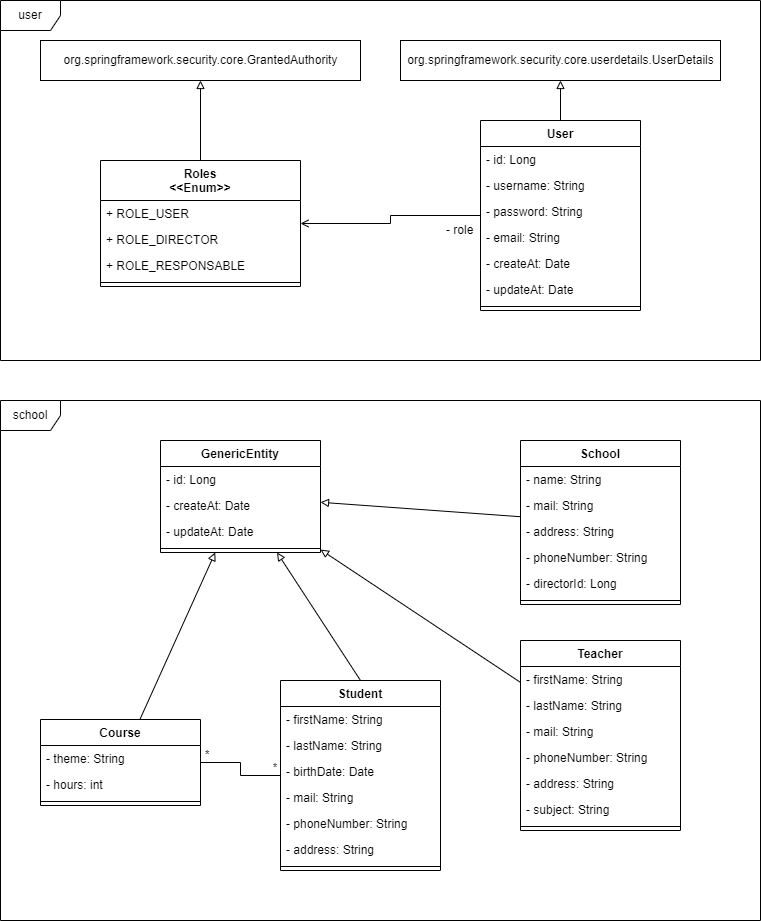
Earlier version of the draw.io export diagrams/SchoolDiagram-Class diagram.drawio.png (MaximeDzN/partielFinal). Source tidied: cells renumbered, new cells last; positions are measured from the earlier drawing's top-left corner, leaving out a move shared by most shapes.
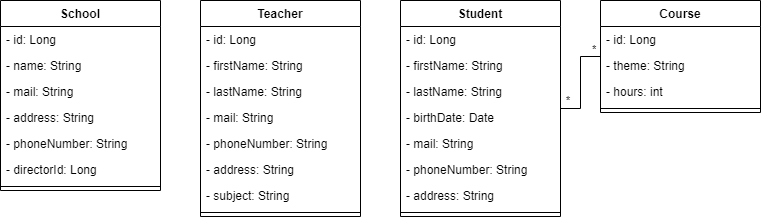
After the change.

The edit, as a diff of the source:
```diff
@@ -2,185 +2,111 @@
   <root>
     <mxCell id="0" />
     <mxCell id="1" parent="0" />
-    <mxCell id="2" style="edgeStyle=none;rounded=0;jettySize=auto;html=1;endArrow=block;endFill=0;" parent="1" edge="1" source="3" target="43">
-      <mxGeometry relative="1" as="geometry" />
-    </mxCell>
     <mxCell id="3" value="Course" style="swimlane;fontStyle=1;align=center;verticalAlign=top;horizontal=1;startSize=26;" parent="1" vertex="1">
-      <mxGeometry x="40" y="719" width="160" height="86" as="geometry" />
+      <mxGeometry x="600" width="160" height="112" as="geometry" />
     </mxCell>
+    <mxCell id="62" value="- id: Long" style="text;strokeColor=none;fillColor=none;align=left;verticalAlign=top;spacingLeft=4;spacingRight=4;overflow=hidden;" parent="3" vertex="1">
+      <mxGeometry y="26" width="160" height="26" as="geometry" />
+    </mxCell>
     <mxCell id="4" value="- theme: String" style="text;strokeColor=none;fillColor=none;align=left;verticalAlign=top;spacingLeft=4;spacingRight=4;overflow=hidden;" parent="3" vertex="1">
-      <mxGeometry y="26" width="160" height="26" as="geometry" />
+      <mxGeometry y="52" width="160" height="26" as="geometry" />
     </mxCell>
     <mxCell id="5" value="- hours: int" style="text;strokeColor=none;fillColor=none;align=left;verticalAlign=top;spacingLeft=4;spacingRight=4;overflow=hidden;" parent="3" vertex="1">
-      <mxGeometry y="52" width="160" height="26" as="geometry" />
+      <mxGeometry y="78" width="160" height="26" as="geometry" />
     </mxCell>
     <mxCell id="6" style="line;strokeWidth=1;fillColor=none;align=left;verticalAlign=middle;spacingTop=-1;spacingLeft=3;spacingRight=3;labelPosition=right;" parent="3" vertex="1">
-      <mxGeometry y="78" width="160" height="8" as="geometry" />
+      <mxGeometry y="104" width="160" height="8" as="geometry" />
     </mxCell>
-    <mxCell id="7" style="edgeStyle=none;rounded=0;jettySize=auto;html=1;endArrow=block;endFill=0;" parent="1" edge="1" source="8" target="43">
-      <mxGeometry relative="1" as="geometry" />
-    </mxCell>
     <mxCell id="8" value="School" style="swimlane;fontStyle=1;align=center;verticalAlign=top;horizontal=1;startSize=26;" parent="1" vertex="1">
-      <mxGeometry x="520" y="440" width="160" height="164" as="geometry" />
+      <mxGeometry width="160" height="190" as="geometry" />
     </mxCell>
+    <mxCell id="63" value="- id: Long" style="text;strokeColor=none;fillColor=none;align=left;verticalAlign=top;spacingLeft=4;spacingRight=4;overflow=hidden;" parent="8" vertex="1">
+      <mxGeometry y="26" width="160" height="26" as="geometry" />
+    </mxCell>
     <mxCell id="9" value="- name: String" style="text;strokeColor=none;fillColor=none;align=left;verticalAlign=top;spacingLeft=4;spacingRight=4;overflow=hidden;" parent="8" vertex="1">
-      <mxGeometry y="26" width="160" height="26" as="geometry" />
+      <mxGeometry y="52" width="160" height="26" as="geometry" />
     </mxCell>
     <mxCell id="10" value="- mail: String" style="text;strokeColor=none;fillColor=none;align=left;verticalAlign=top;spacingLeft=4;spacingRight=4;overflow=hidden;" parent="8" vertex="1">
-      <mxGeometry y="52" width="160" height="26" as="geometry" />
+      <mxGeometry y="78" width="160" height="26" as="geometry" />
     </mxCell>
     <mxCell id="11" value="- address: String" style="text;strokeColor=none;fillColor=none;align=left;verticalAlign=top;spacingLeft=4;spacingRight=4;overflow=hidden;" parent="8" vertex="1">
-      <mxGeometry y="78" width="160" height="26" as="geometry" />
+      <mxGeometry y="104" width="160" height="26" as="geometry" />
     </mxCell>
     <mxCell id="12" value="- phoneNumber: String" style="text;strokeColor=none;fillColor=none;align=left;verticalAlign=top;spacingLeft=4;spacingRight=4;overflow=hidden;" parent="8" vertex="1">
-      <mxGeometry y="104" width="160" height="26" as="geometry" />
+      <mxGeometry y="130" width="160" height="26" as="geometry" />
     </mxCell>
     <mxCell id="13" value="- directorId: Long" style="text;strokeColor=none;fillColor=none;align=left;verticalAlign=top;spacingLeft=4;spacingRight=4;overflow=hidden;" parent="8" vertex="1">
-      <mxGeometry y="130" width="160" height="26" as="geometry" />
+      <mxGeometry y="156" width="160" height="26" as="geometry" />
     </mxCell>
     <mxCell id="14" style="line;strokeWidth=1;fillColor=none;align=left;verticalAlign=middle;spacingTop=-1;spacingLeft=3;spacingRight=3;labelPosition=right;" parent="8" vertex="1">
-      <mxGeometry y="156" width="160" height="8" as="geometry" />
+      <mxGeometry y="182" width="160" height="8" as="geometry" />
     </mxCell>
-    <mxCell id="15" style="edgeStyle=orthogonalEdgeStyle;rounded=0;jettySize=auto;html=1;endArrow=open;endFill=0;" parent="1" edge="1" source="17" target="26">
-      <mxGeometry relative="1" as="geometry" />
-    </mxCell>
-    <mxCell id="16" style="edgeStyle=none;rounded=0;jettySize=auto;html=1;exitX=0.5;exitY=0;exitDx=0;exitDy=0;entryX=0.5;entryY=1;entryDx=0;entryDy=0;endArrow=block;endFill=0;" parent="1" edge="1" source="17" target="42">
-      <mxGeometry relative="1" as="geometry" />
-    </mxCell>
-    <mxCell id="17" value="User" style="swimlane;fontStyle=1;align=center;verticalAlign=top;horizontal=1;startSize=26;" parent="1" vertex="1">
-      <mxGeometry x="480" y="120" width="160" height="190" as="geometry" />
-    </mxCell>
-    <mxCell id="18" value="- id: Long" style="text;strokeColor=none;fillColor=none;align=left;verticalAlign=top;spacingLeft=4;spacingRight=4;overflow=hidden;" parent="17" vertex="1">
-      <mxGeometry y="26" width="160" height="26" as="geometry" />
-    </mxCell>
-    <mxCell id="19" value="- username: String" style="text;strokeColor=none;fillColor=none;align=left;verticalAlign=top;spacingLeft=4;spacingRight=4;overflow=hidden;" parent="17" vertex="1">
-      <mxGeometry y="52" width="160" height="26" as="geometry" />
-    </mxCell>
-    <mxCell id="20" value="- password: String" style="text;strokeColor=none;fillColor=none;align=left;verticalAlign=top;spacingLeft=4;spacingRight=4;overflow=hidden;" parent="17" vertex="1">
-      <mxGeometry y="78" width="160" height="26" as="geometry" />
-    </mxCell>
-    <mxCell id="21" value="- email: String" style="text;strokeColor=none;fillColor=none;align=left;verticalAlign=top;spacingLeft=4;spacingRight=4;overflow=hidden;" parent="17" vertex="1">
-      <mxGeometry y="104" width="160" height="26" as="geometry" />
-    </mxCell>
-    <mxCell id="22" value="- createAt: Date" style="text;strokeColor=none;fillColor=none;align=left;verticalAlign=top;spacingLeft=4;spacingRight=4;overflow=hidden;" parent="17" vertex="1">
-      <mxGeometry y="130" width="160" height="26" as="geometry" />
-    </mxCell>
-    <mxCell id="23" value="- updateAt: Date" style="text;strokeColor=none;fillColor=none;align=left;verticalAlign=top;spacingLeft=4;spacingRight=4;overflow=hidden;" parent="17" vertex="1">
-      <mxGeometry y="156" width="160" height="26" as="geometry" />
-    </mxCell>
-    <mxCell id="24" style="line;strokeWidth=1;fillColor=none;align=left;verticalAlign=middle;spacingTop=-1;spacingLeft=3;spacingRight=3;labelPosition=right;" parent="17" vertex="1">
-      <mxGeometry y="182" width="160" height="8" as="geometry" />
-    </mxCell>
-    <mxCell id="25" style="edgeStyle=none;rounded=0;jettySize=auto;html=1;exitX=0.5;exitY=0;exitDx=0;exitDy=0;entryX=0.5;entryY=1;entryDx=0;entryDy=0;endArrow=block;endFill=0;" parent="1" edge="1" source="26" target="41">
-      <mxGeometry relative="1" as="geometry" />
-    </mxCell>
-    <mxCell id="26" value="Roles&#10;&lt;&lt;Enum&gt;&gt;" style="swimlane;fontStyle=1;align=center;verticalAlign=top;horizontal=1;startSize=40;" parent="1" vertex="1">
-      <mxGeometry x="100" y="160" width="200" height="126" as="geometry" />
-    </mxCell>
-    <mxCell id="27" value="+ ROLE_USER" style="text;strokeColor=none;fillColor=none;align=left;verticalAlign=top;spacingLeft=4;spacingRight=4;overflow=hidden;" parent="26" vertex="1">
-      <mxGeometry y="40" width="200" height="26" as="geometry" />
-    </mxCell>
-    <mxCell id="28" value="+ ROLE_DIRECTOR" style="text;strokeColor=none;fillColor=none;align=left;verticalAlign=top;spacingLeft=4;spacingRight=4;overflow=hidden;" parent="26" vertex="1">
-      <mxGeometry y="66" width="200" height="26" as="geometry" />
-    </mxCell>
-    <mxCell id="29" value="+ ROLE_RESPONSABLE" style="text;strokeColor=none;fillColor=none;align=left;verticalAlign=top;spacingLeft=4;spacingRight=4;overflow=hidden;" parent="26" vertex="1">
-      <mxGeometry y="92" width="200" height="26" as="geometry" />
-    </mxCell>
-    <mxCell id="30" style="line;strokeWidth=1;fillColor=none;align=left;verticalAlign=middle;spacingTop=-1;spacingLeft=3;spacingRight=3;labelPosition=right;" parent="26" vertex="1">
-      <mxGeometry y="118" width="200" height="8" as="geometry" />
-    </mxCell>
-    <mxCell id="31" value="- role" style="text;strokeColor=none;fillColor=none;align=left;verticalAlign=top;spacingLeft=4;spacingRight=4;overflow=hidden;" parent="1" vertex="1">
-      <mxGeometry x="440" y="216" width="40" height="26" as="geometry" />
-    </mxCell>
-    <mxCell id="32" style="edgeStyle=none;rounded=0;jettySize=auto;html=1;exitX=0.5;exitY=0;exitDx=0;exitDy=0;endArrow=block;endFill=0;" parent="1" edge="1" source="33" target="43">
-      <mxGeometry relative="1" as="geometry" />
-    </mxCell>
     <mxCell id="33" value="Student" style="swimlane;fontStyle=1;align=center;verticalAlign=top;horizontal=1;startSize=26;" parent="1" vertex="1">
-      <mxGeometry x="280" y="680" width="160" height="190" as="geometry" />
+      <mxGeometry x="400" width="160" height="216" as="geometry" />
     </mxCell>
+    <mxCell id="64" value="- id: Long" style="text;strokeColor=none;fillColor=none;align=left;verticalAlign=top;spacingLeft=4;spacingRight=4;overflow=hidden;" parent="33" vertex="1">
+      <mxGeometry y="26" width="160" height="26" as="geometry" />
+    </mxCell>
     <mxCell id="34" value="- firstName: String" style="text;strokeColor=none;fillColor=none;align=left;verticalAlign=top;spacingLeft=4;spacingRight=4;overflow=hidden;" parent="33" vertex="1">
-      <mxGeometry y="26" width="160" height="26" as="geometry" />
+      <mxGeometry y="52" width="160" height="26" as="geometry" />
     </mxCell>
     <mxCell id="35" value="- lastName: String" style="text;strokeColor=none;fillColor=none;align=left;verticalAlign=top;spacingLeft=4;spacingRight=4;overflow=hidden;" parent="33" vertex="1">
-      <mxGeometry y="52" width="160" height="26" as="geometry" />
+      <mxGeometry y="78" width="160" height="26" as="geometry" />
     </mxCell>
     <mxCell id="36" value="- birthDate: Date" style="text;strokeColor=none;fillColor=none;align=left;verticalAlign=top;spacingLeft=4;spacingRight=4;overflow=hidden;" parent="33" vertex="1">
-      <mxGeometry y="78" width="160" height="26" as="geometry" />
+      <mxGeometry y="104" width="160" height="26" as="geometry" />
     </mxCell>
     <mxCell id="37" value="- mail: String" style="text;strokeColor=none;fillColor=none;align=left;verticalAlign=top;spacingLeft=4;spacingRight=4;overflow=hidden;" parent="33" vertex="1">
-      <mxGeometry y="104" width="160" height="26" as="geometry" />
+      <mxGeometry y="130" width="160" height="26" as="geometry" />
     </mxCell>
     <mxCell id="38" value="- phoneNumber: String" style="text;strokeColor=none;fillColor=none;align=left;verticalAlign=top;spacingLeft=4;spacingRight=4;overflow=hidden;" parent="33" vertex="1">
-      <mxGeometry y="130" width="160" height="26" as="geometry" />
+      <mxGeometry y="156" width="160" height="26" as="geometry" />
     </mxCell>
     <mxCell id="39" value="- address: String" style="text;strokeColor=none;fillColor=none;align=left;verticalAlign=top;spacingLeft=4;spacingRight=4;overflow=hidden;" parent="33" vertex="1">
-      <mxGeometry y="156" width="160" height="26" as="geometry" />
+      <mxGeometry y="182" width="160" height="26" as="geometry" />
     </mxCell>
     <mxCell id="40" style="line;strokeWidth=1;fillColor=none;align=left;verticalAlign=middle;spacingTop=-1;spacingLeft=3;spacingRight=3;labelPosition=right;" parent="33" vertex="1">
-      <mxGeometry y="182" width="160" height="8" as="geometry" />
+      <mxGeometry y="208" width="160" height="8" as="geometry" />
     </mxCell>
-    <mxCell id="41" value="org.springframework.security.core.GrantedAuthority" style="html=1;" parent="1" vertex="1">
-      <mxGeometry x="40" y="40" width="320" height="40" as="geometry" />
-    </mxCell>
-    <mxCell id="42" value="org.springframework.security.core.userdetails.UserDetails" style="html=1;" parent="1" vertex="1">
-      <mxGeometry x="400" y="40" width="320" height="40" as="geometry" />
-    </mxCell>
-    <mxCell id="43" value="GenericEntity" style="swimlane;fontStyle=1;align=center;verticalAlign=top;horizontal=1;startSize=26;" parent="1" vertex="1">
-      <mxGeometry x="160" y="440" width="160" height="112" as="geometry" />
-    </mxCell>
-    <mxCell id="44" value="- id: Long" style="text;strokeColor=none;fillColor=none;align=left;verticalAlign=top;spacingLeft=4;spacingRight=4;overflow=hidden;" parent="43" vertex="1">
-      <mxGeometry y="26" width="160" height="26" as="geometry" />
-    </mxCell>
-    <mxCell id="45" value="- createAt: Date" style="text;strokeColor=none;fillColor=none;align=left;verticalAlign=top;spacingLeft=4;spacingRight=4;overflow=hidden;" parent="43" vertex="1">
-      <mxGeometry y="52" width="160" height="26" as="geometry" />
-    </mxCell>
-    <mxCell id="46" value="- updateAt: Date" style="text;strokeColor=none;fillColor=none;align=left;verticalAlign=top;spacingLeft=4;spacingRight=4;overflow=hidden;" parent="43" vertex="1">
-      <mxGeometry y="78" width="160" height="26" as="geometry" />
-    </mxCell>
-    <mxCell id="47" style="line;strokeWidth=1;fillColor=none;align=left;verticalAlign=middle;spacingTop=-1;spacingLeft=3;spacingRight=3;labelPosition=right;" parent="43" vertex="1">
-      <mxGeometry y="104" width="160" height="8" as="geometry" />
-    </mxCell>
-    <mxCell id="48" style="edgeStyle=none;rounded=0;jettySize=auto;html=1;endArrow=block;endFill=0;" parent="1" edge="1" source="49" target="43">
-      <mxGeometry relative="1" as="geometry" />
-    </mxCell>
     <mxCell id="49" value="Teacher" style="swimlane;fontStyle=1;align=center;verticalAlign=top;horizontal=1;startSize=26;" parent="1" vertex="1">
-      <mxGeometry x="520" y="640" width="160" height="190" as="geometry" />
+      <mxGeometry x="200" width="160" height="216" as="geometry" />
     </mxCell>
+    <mxCell id="65" value="- id: Long" style="text;strokeColor=none;fillColor=none;align=left;verticalAlign=top;spacingLeft=4;spacingRight=4;overflow=hidden;" parent="49" vertex="1">
+      <mxGeometry y="26" width="160" height="26" as="geometry" />
+    </mxCell>
     <mxCell id="50" value="- firstName: String" style="text;strokeColor=none;fillColor=none;align=left;verticalAlign=top;spacingLeft=4;spacingRight=4;overflow=hidden;" parent="49" vertex="1">
-      <mxGeometry y="26" width="160" height="26" as="geometry" />
+      <mxGeometry y="52" width="160" height="26" as="geometry" />
     </mxCell>
     <mxCell id="51" value="- lastName: String" style="text;strokeColor=none;fillColor=none;align=left;verticalAlign=top;spacingLeft=4;spacingRight=4;overflow=hidden;" parent="49" vertex="1">
-      <mxGeometry y="52" width="160" height="26" as="geometry" />
+      <mxGeometry y="78" width="160" height="26" as="geometry" />
     </mxCell>
     <mxCell id="52" value="- mail: String" style="text;strokeColor=none;fillColor=none;align=left;verticalAlign=top;spacingLeft=4;spacingRight=4;overflow=hidden;" parent="49" vertex="1">
-      <mxGeometry y="78" width="160" height="26" as="geometry" />
+      <mxGeometry y="104" width="160" height="26" as="geometry" />
     </mxCell>
     <mxCell id="53" value="- phoneNumber: String" style="text;strokeColor=none;fillColor=none;align=left;verticalAlign=top;spacingLeft=4;spacingRight=4;overflow=hidden;" parent="49" vertex="1">
-      <mxGeometry y="104" width="160" height="26" as="geometry" />
+      <mxGeometry y="130" width="160" height="26" as="geometry" />
     </mxCell>
     <mxCell id="54" value="- address: String" style="text;strokeColor=none;fillColor=none;align=left;verticalAlign=top;spacingLeft=4;spacingRight=4;overflow=hidden;" parent="49" vertex="1">
-      <mxGeometry y="130" width="160" height="26" as="geometry" />
+      <mxGeometry y="156" width="160" height="26" as="geometry" />
     </mxCell>
     <mxCell id="55" value="- subject: String" style="text;strokeColor=none;fillColor=none;align=left;verticalAlign=top;spacingLeft=4;spacingRight=4;overflow=hidden;" parent="49" vertex="1">
-      <mxGeometry y="156" width="160" height="26" as="geometry" />
+      <mxGeometry y="182" width="160" height="26" as="geometry" />
     </mxCell>
     <mxCell id="56" style="line;strokeWidth=1;fillColor=none;align=left;verticalAlign=middle;spacingTop=-1;spacingLeft=3;spacingRight=3;labelPosition=right;" parent="49" vertex="1">
-      <mxGeometry y="182" width="160" height="8" as="geometry" />
+      <mxGeometry y="208" width="160" height="8" as="geometry" />
     </mxCell>
     <mxCell id="57" style="endArrow=none;html=1;edgeStyle=orthogonalEdgeStyle;rounded=0;" parent="1" edge="1" source="3" target="33">
       <mxGeometry relative="1" as="geometry" />
     </mxCell>
-    <mxCell id="58" value="&amp;nbsp;*" style="edgeLabel;html=1;align=left;verticalAlign=bottom;" parent="57" vertex="1">
-      <mxGeometry x="-1" relative="1" as="geometry" />
+    <mxCell id="58" value="*" style="edgeLabel;html=1;align=left;verticalAlign=bottom;" parent="57" vertex="1">
+      <mxGeometry x="-1" relative="1" as="geometry">
+        <mxPoint x="-10" y="1" as="offset" />
+      </mxGeometry>
     </mxCell>
-    <mxCell id="59" value="*&amp;nbsp;" style="edgeLabel;html=1;align=right;verticalAlign=bottom;" parent="57" vertex="1">
-      <mxGeometry x="1" relative="1" as="geometry" />
+    <mxCell id="59" value="*" style="edgeLabel;html=1;align=right;verticalAlign=bottom;" parent="57" vertex="1">
+      <mxGeometry x="1" relative="1" as="geometry">
+        <mxPoint x="10" as="offset" />
+      </mxGeometry>
     </mxCell>
-    <mxCell id="60" value="user" style="shape=umlFrame;whiteSpace=wrap;html=1;" parent="1" vertex="1">
-      <mxGeometry width="760" height="360" as="geometry" />
-    </mxCell>
-    <mxCell id="61" value="school" style="shape=umlFrame;whiteSpace=wrap;html=1;" parent="1" vertex="1">
-      <mxGeometry y="400" width="760" height="520" as="geometry" />
-    </mxCell>
   </root>
 </mxGraphModel>
```
